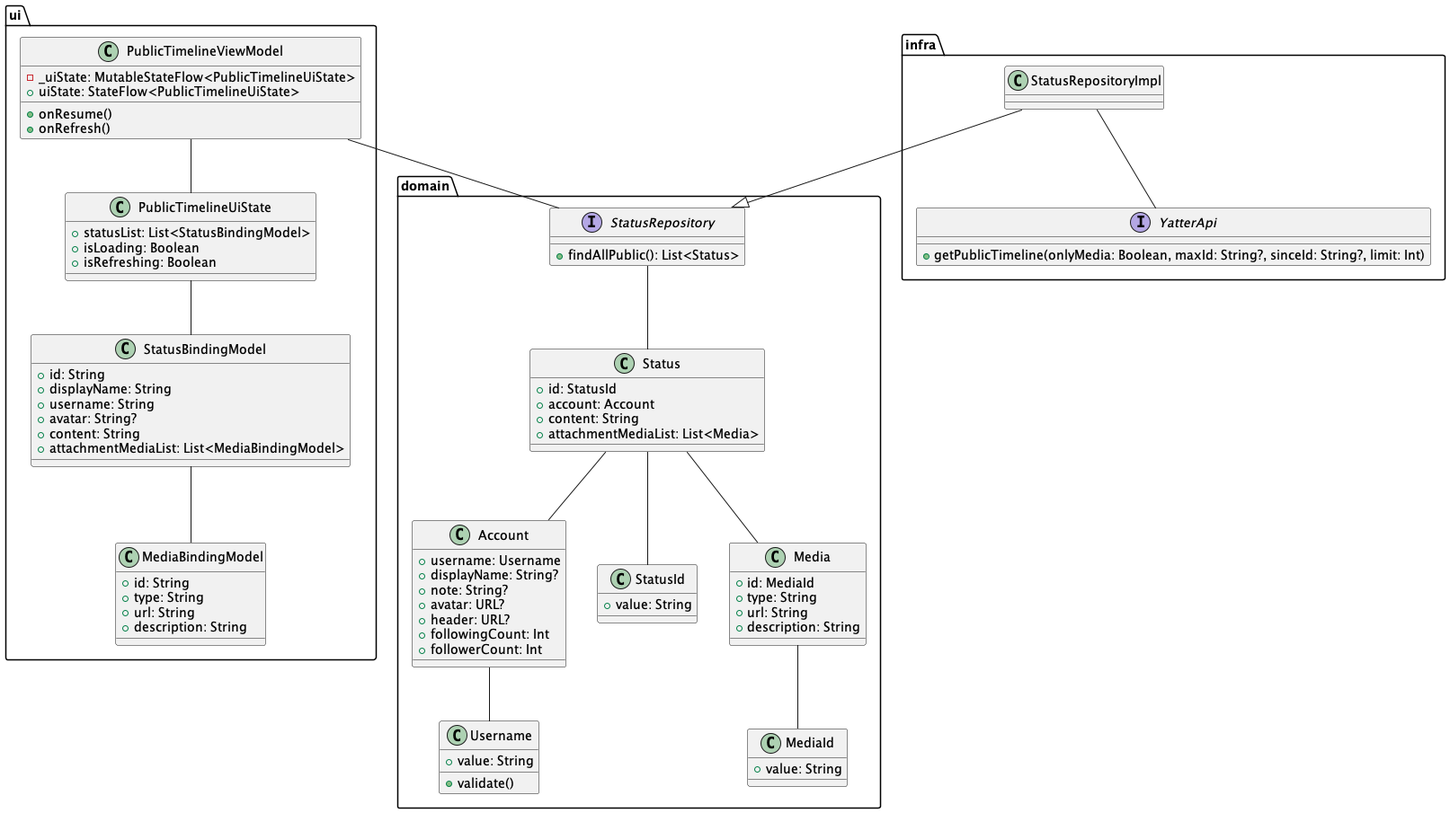
suzukibelltree/Yatter2025-Internship keeps this PlantUML diagram as Yatter/image/2/public_timeline_class.png. Above is the earlier version.
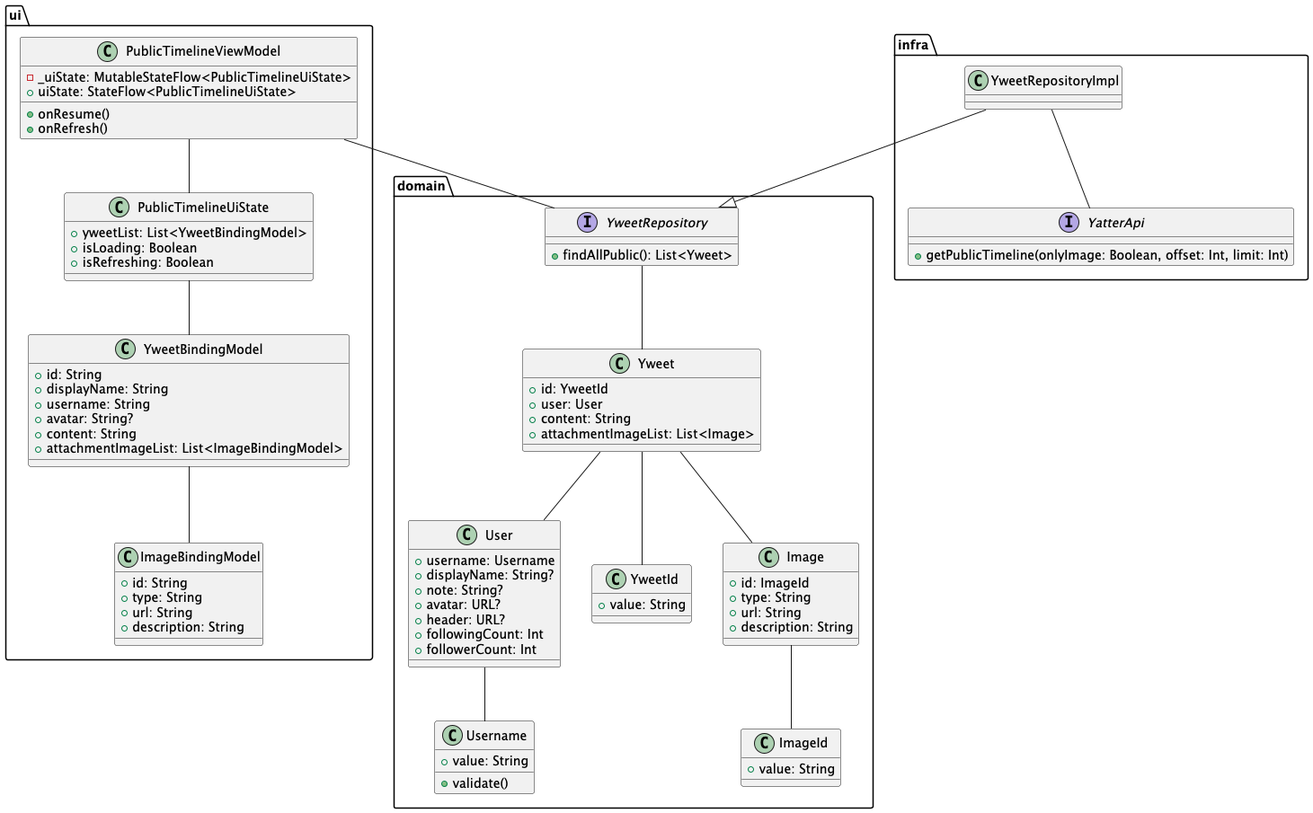
After the commit.

Diff of the diagram source:
```diff
@@ -9,21 +9,21 @@
 }
 
 class PublicTimelineUiState {
-  + statusList: List<StatusBindingModel>
+  + yweetList: List<YweetBindingModel>
   + isLoading: Boolean
   + isRefreshing: Boolean
 }
 
-class StatusBindingModel {
+class YweetBindingModel {
   + id: String
   + displayName: String
   + username: String
   + avatar: String?
   + content: String
-  + attachmentMediaList: List<MediaBindingModel>
+  + attachmentImageList: List<ImageBindingModel>
 }
 
-class MediaBindingModel {
+class ImageBindingModel {
   + id: String
   + type: String
   + url: String
@@ -35,7 +35,7 @@
 
 package domain {
 
-class Account {
+class User {
   + username: Username
   + displayName: String?
   + note: String?
@@ -45,25 +45,25 @@
   + followerCount: Int
 }
 
-class Status {
-  + id: StatusId
-  + account: Account
+class Yweet {
+  + id: YweetId
+  + user: User
   + content: String
-  + attachmentMediaList: List<Media>
+  + attachmentImageList: List<Image>
 }
 
-class StatusId {
+class YweetId {
   + value: String
 }
 
-class Media {
-  + id: MediaId
+class Image {
+  + id: ImageId
   + type: String
   + url: String
   + description: String
 }
 
-class MediaId {
+class ImageId {
   + value: String
 }
 
@@ -72,34 +72,34 @@
   + validate()
 }
 
-interface StatusRepository {
-  + findAllPublic(): List<Status>
+interface YweetRepository {
+  + findAllPublic(): List<Yweet>
 }
 
 }
 
 package infra {
-class StatusRepositoryImpl {
+class YweetRepositoryImpl {
 }
 
 interface YatterApi {
-  + getPublicTimeline(onlyMedia: Boolean, maxId: String?, sinceId: String?, limit: Int)
+  + getPublicTimeline(onlyImage: Boolean, offset: Int, limit: Int)
 }
 }
 
-StatusRepositoryImpl -- YatterApi
-StatusRepositoryImpl --|> StatusRepository
+YweetRepositoryImpl -- YatterApi
+YweetRepositoryImpl --|> YweetRepository
 
-PublicTimelineViewModel -- StatusRepository
+PublicTimelineViewModel -- YweetRepository
 PublicTimelineViewModel -- PublicTimelineUiState
-PublicTimelineUiState -- StatusBindingModel
-StatusBindingModel -- MediaBindingModel
+PublicTimelineUiState -- YweetBindingModel
+YweetBindingModel -- ImageBindingModel
 
-StatusRepository -- Status
-Status -- StatusId
-Status -- Account
-Status -- Media
-Media -- MediaId
-Account -- Username
+YweetRepository -- Yweet
+Yweet -- YweetId
+Yweet -- User
+Yweet -- Image
+Image -- ImageId
+User -- Username
 
 @enduml
```
